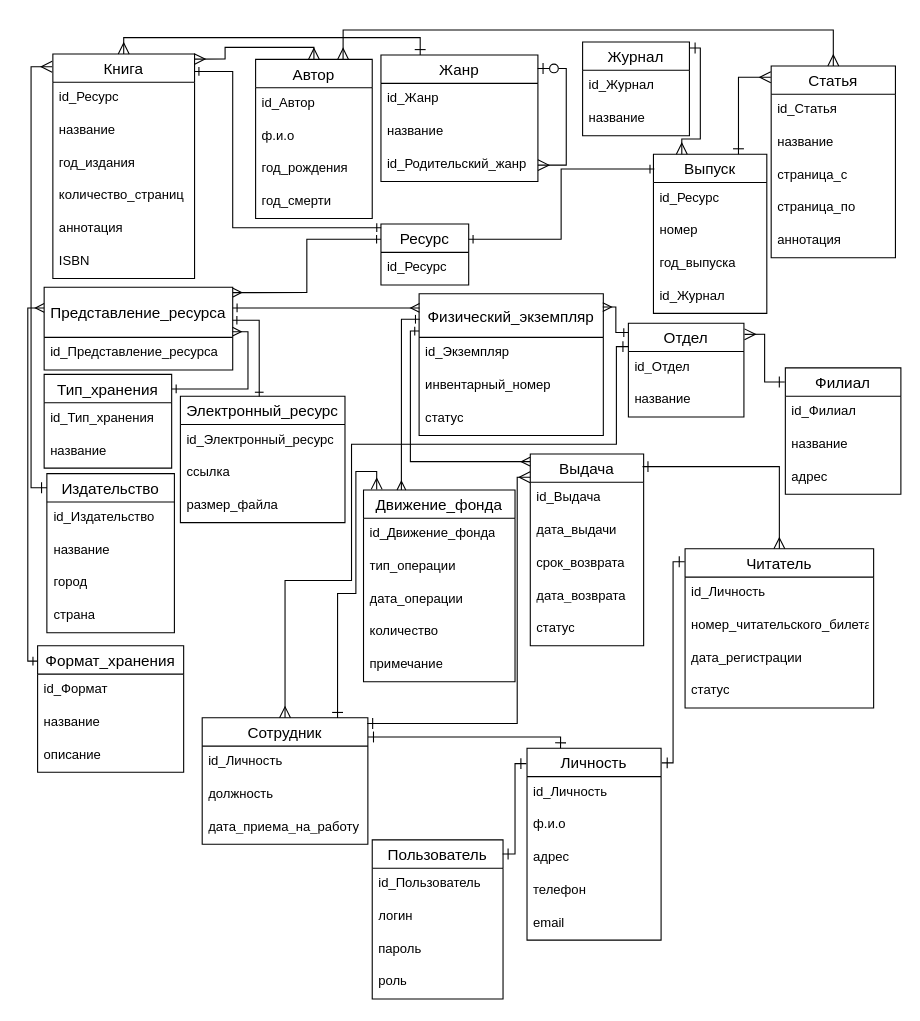
This is page "ER-Объединенная" (3 of 9) of db_design.drawio from Alivaros/Course_Project_DB, a draw.io file, before an edit. Source tidied: cells renumbered, new cells numbered last; positions are measured from the earlier drawing's top-left corner, leaving out a move shared by most shapes. Both pictures are drawn from the tidied source at 109%, with x=0, y=0 at pixel (27, 29).
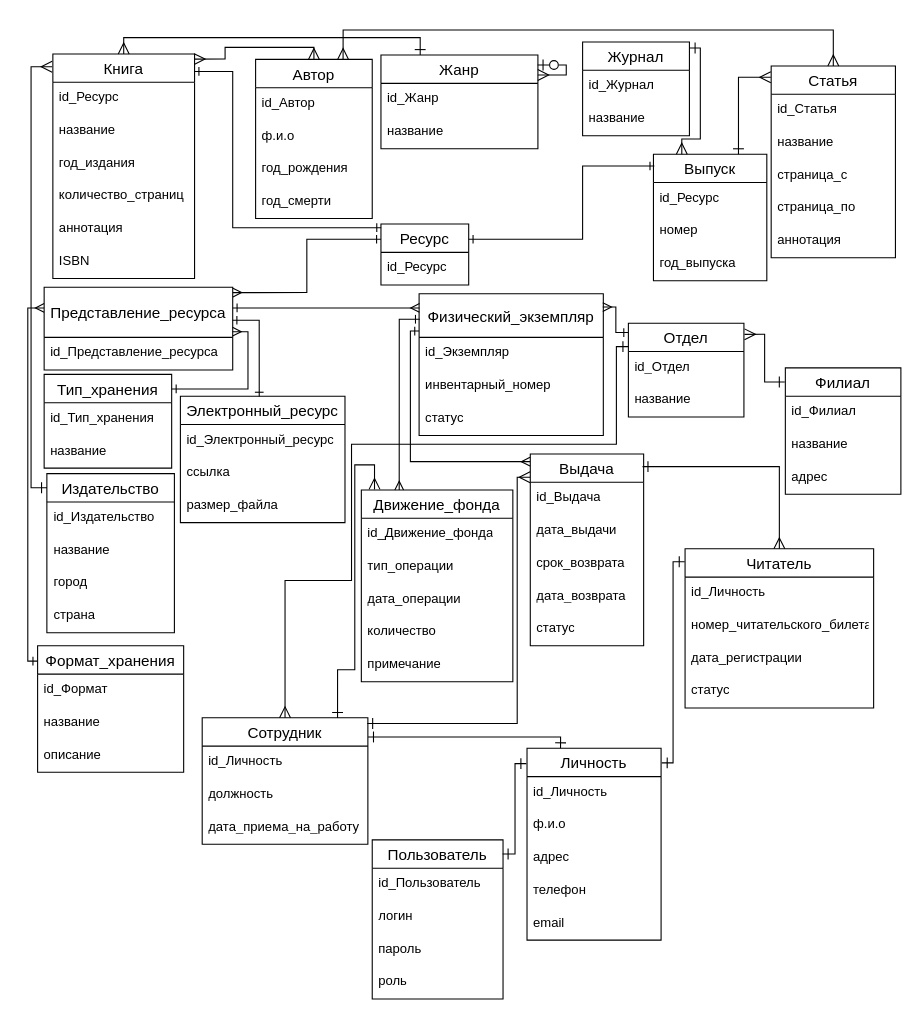
The same page after the edit.

Unchanged cells that the change refers to:
```xml
<mxCell id="50" value="Сотрудник" style="swimlane;fontStyle=0;horizontal=1;startSize=26;align=center;fontSize=14;" parent="1" vertex="1">
  <mxGeometry x="160" y="631" width="152" height="116" as="geometry" />
</mxCell>
<mxCell id="87" value="Ресурс" style="swimlane;fontStyle=0;horizontal=1;startSize=26;align=center;fontSize=14;" parent="1" vertex="1">
  <mxGeometry x="324" y="178" width="80.5" height="56" as="geometry" />
</mxCell>
```

Diff of the diagram source:
```diff
@@
     <mxCell id="14" value="Жанр" style="swimlane;fontStyle=0;horizontal=1;startSize=26;align=center;fontSize=14;" parent="1" vertex="1">
-      <mxGeometry x="324" y="23" width="144" height="116" as="geometry" />
+      <mxGeometry x="324" y="23" width="144" height="86" as="geometry" />
     </mxCell>
@@
-    <mxCell id="17" value="id_Родительский_жанр" style="text;strokeColor=none;fillColor=none;spacingLeft=4;spacingRight=4;overflow=hidden;points=[[0,0.5],[1,0.5]];portConstraint=eastwest;fontSize=12;whiteSpace=wrap;html=1;" parent="14" vertex="1">
-      <mxGeometry y="86" width="144" height="30" as="geometry" />
-    </mxCell>
-    <mxCell id="18" style="edgeStyle=orthogonalEdgeStyle;fontSize=12;html=1;endArrow=ERzeroToOne;rounded=0;startSize=8;endSize=8;startArrow=ERmany;startFill=0;endFill=0;entryX=0.998;entryY=0.106;entryDx=0;entryDy=0;exitX=1;exitY=0.5;exitDx=0;exitDy=0;entryPerimeter=0;" parent="14" edge="1" source="17" target="14">
-      <mxGeometry relative="1" as="geometry">
-        <Array as="points">
-          <mxPoint x="170" y="101" />
-          <mxPoint x="170" y="12" />
-        </Array>
-      </mxGeometry>
-    </mxCell>
@@
     <mxCell id="27" value="Выпуск" style="swimlane;fontStyle=0;horizontal=1;startSize=26;align=center;fontSize=14;" parent="1" vertex="1">
-      <mxGeometry x="574" y="114" width="104" height="146" as="geometry" />
+      <mxGeometry x="574" y="114" width="104" height="116" as="geometry" />
     </mxCell>
@@
-    <mxCell id="31" value="id_Журнал" style="text;strokeColor=none;fillColor=none;spacingLeft=4;spacingRight=4;overflow=hidden;fontSize=12;whiteSpace=wrap;html=1;" parent="27" vertex="1">
-      <mxGeometry y="116" width="104" height="30" as="geometry" />
-    </mxCell>
@@
     <mxCell id="66" value="Движение_фонда" style="swimlane;fontStyle=0;horizontal=1;startSize=26;align=center;fontSize=14;" parent="1" vertex="1">
-      <mxGeometry x="308" y="422" width="139" height="176" as="geometry" />
+      <mxGeometry x="306" y="422" width="139" height="176" as="geometry" />
     </mxCell>
@@
     <mxCell id="85" style="edgeStyle=orthogonalEdgeStyle;fontSize=12;html=1;endArrow=ERone;startArrow=ERmany;rounded=0;startSize=8;endSize=8;endFill=0;exitX=0.087;exitY=-0.003;exitDx=0;exitDy=0;entryX=0.817;entryY=0.001;entryDx=0;entryDy=0;entryPerimeter=0;exitPerimeter=0;" parent="1" edge="1" source="66" target="50">
       <mxGeometry relative="1" as="geometry">
         <Array as="points">
-          <mxPoint x="320" y="405" />
-          <mxPoint x="301" y="405" />
-          <mxPoint x="301" y="517" />
-          <mxPoint x="284" y="517" />
+          <mxPoint x="318" y="399" />
+          <mxPoint x="300" y="399" />
+          <mxPoint x="300" y="587" />
+          <mxPoint x="284" y="587" />
         </Array>
       </mxGeometry>
     </mxCell>
@@
     <mxCell id="90" style="edgeStyle=orthogonalEdgeStyle;fontSize=12;html=1;endArrow=ERone;endFill=1;rounded=0;startArrow=ERone;startFill=0;entryX=0.008;entryY=0.093;entryDx=0;entryDy=0;exitX=1;exitY=0.25;exitDx=0;exitDy=0;entryPerimeter=0;" parent="1" edge="1" source="87" target="27">
-      <mxGeometry relative="1" as="geometry" />
+      <mxGeometry relative="1" as="geometry">
+        <Array as="points">
+          <mxPoint x="509" y="192" />
+          <mxPoint x="509" y="125" />
+        </Array>
+      </mxGeometry>
     </mxCell>
@@
+    <mxCell id="18" style="edgeStyle=orthogonalEdgeStyle;fontSize=12;html=1;endArrow=ERzeroToOne;rounded=0;startSize=8;endSize=8;startArrow=ERmany;startFill=0;endFill=0;entryX=0.998;entryY=0.106;entryDx=0;entryDy=0;exitX=0.999;exitY=0.213;exitDx=0;exitDy=0;entryPerimeter=0;exitPerimeter=0;" parent="1" edge="1" source="14" target="14">
+      <mxGeometry relative="1" as="geometry">
+        <Array as="points">
+          <mxPoint x="494" y="41" />
+          <mxPoint x="494" y="32" />
+        </Array>
+      </mxGeometry>
+    </mxCell>
```
